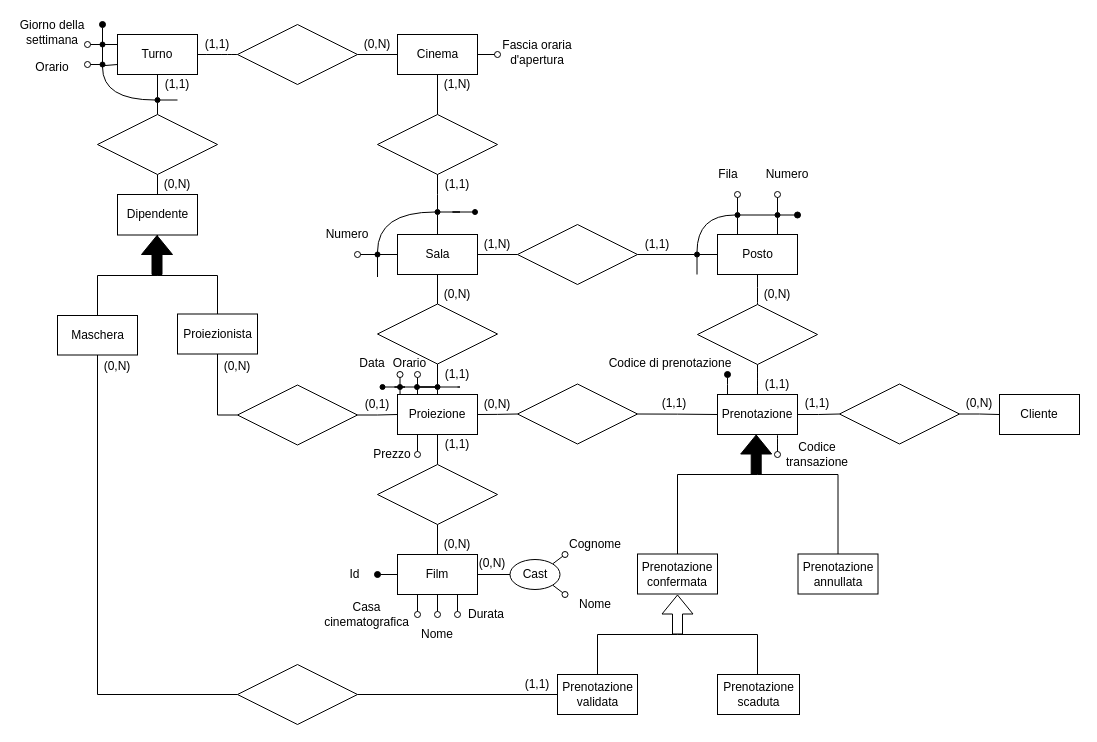
buracchi/cinema-management-system keeps this draw.io diagram as docs/media/er_diagrams/er-diagram_6.drawio. Above is the earlier version. Source tidied: cells renumbered, new cells numbered last; positions are measured from the earlier drawing's top-left corner, leaving out a move shared by most shapes. Both pictures are drawn from the tidied source at 100%, with x=0, y=0 at pixel (17, 22).
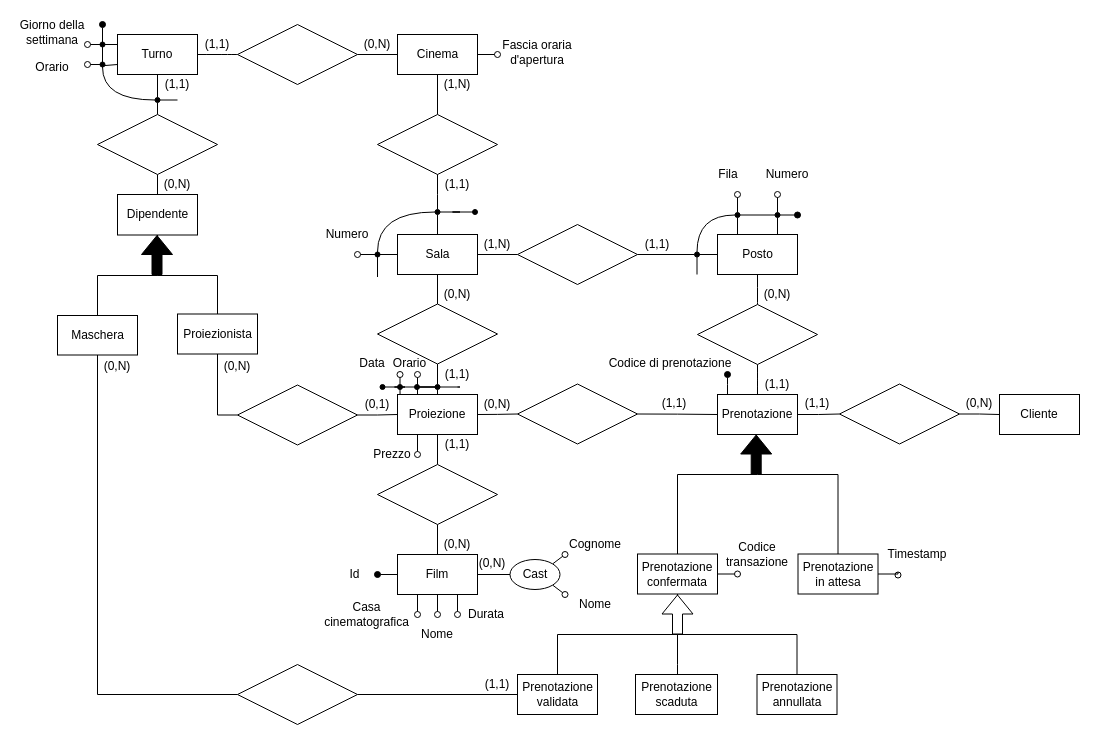
Above is the later version.

Unchanged cells that the change refers to:
```xml
<mxCell id="33" value="Prenotazione" style="whiteSpace=wrap;html=1;sketch=0;" parent="1" vertex="1">
  <mxGeometry x="700" y="372" width="80" height="40" as="geometry" />
</mxCell>
<mxCell id="105" value="Prenotazione&lt;br&gt;confermata" style="whiteSpace=wrap;html=1;sketch=0;" parent="1" vertex="1">
  <mxGeometry x="620" y="531.5" width="80" height="40" as="geometry" />
</mxCell>
```

Diff of the diagram source:
```diff
@@
-    <mxCell id="31" style="edgeStyle=orthogonalEdgeStyle;curved=1;rounded=0;jettySize=auto;html=1;endArrow=oval;endFill=0;exitX=0.75;exitY=1;exitDx=0;exitDy=0;" parent="1" edge="1" source="33">
+    <mxCell id="31" style="edgeStyle=orthogonalEdgeStyle;rounded=0;jettySize=auto;html=1;endArrow=oval;endFill=0;exitX=1;exitY=0.5;exitDx=0;exitDy=0;" parent="1" edge="1" source="105">
       <mxGeometry relative="1" as="geometry">
-        <mxPoint x="760" y="432" as="targetPoint" />
+        <mxPoint x="720" y="552" as="targetPoint" />
       </mxGeometry>
     </mxCell>
@@
     <mxCell id="75" value="Prenotazione&lt;br&gt;validata" style="html=1;sketch=0;" parent="1" vertex="1">
-      <mxGeometry x="540" y="652" width="80" height="40" as="geometry" />
+      <mxGeometry x="500" y="652" width="80" height="40" as="geometry" />
     </mxCell>
     <mxCell id="76" style="edgeStyle=orthogonalEdgeStyle;rounded=0;jettySize=auto;html=1;endArrow=none;endFill=0;" parent="1" edge="1" source="77">
       <mxGeometry relative="1" as="geometry">
         <mxPoint x="660" y="612" as="targetPoint" />
         <Array as="points">
-          <mxPoint x="740" y="612" />
+          <mxPoint x="660" y="642" />
+          <mxPoint x="660" y="642" />
         </Array>
       </mxGeometry>
     </mxCell>
     <mxCell id="77" value="Prenotazione&lt;br&gt;scaduta" style="html=1;sketch=0;" parent="1" vertex="1">
-      <mxGeometry x="700" y="652" width="82" height="40" as="geometry" />
+      <mxGeometry x="618" y="652" width="82" height="40" as="geometry" />
     </mxCell>
-    <mxCell id="78" style="shape=flexArrow;endArrow=classic;html=1;fillColor=#FFFFFF;sketch=0;" parent="1" edge="1">
-      <mxGeometry relative="1" as="geometry">
-        <mxPoint x="660" y="612" as="sourcePoint" />
-        <mxPoint x="660" y="572" as="targetPoint" />
-      </mxGeometry>
-    </mxCell>
@@
     <mxCell id="89" value="(1,1)" style="text;html=1;strokeColor=none;fillColor=none;align=center;verticalAlign=middle;whiteSpace=wrap;sketch=0;" parent="1" vertex="1">
-      <mxGeometry x="500" y="652" width="40" height="20" as="geometry" />
+      <mxGeometry x="460" y="652" width="40" height="20" as="geometry" />
     </mxCell>
@@
+    <mxCell id="154" style="edgeStyle=orthogonalEdgeStyle;rounded=0;jettySize=auto;html=1;endArrow=oval;endFill=0;" parent="1" edge="1" source="107">
+      <mxGeometry relative="1" as="geometry">
+        <mxPoint x="880" y="552" as="targetPoint" />
+      </mxGeometry>
+    </mxCell>
-    <mxCell id="107" value="Prenotazione&lt;br&gt;annullata" style="whiteSpace=wrap;html=1;sketch=0;" parent="1" vertex="1">
+    <mxCell id="107" value="Prenotazione&lt;br&gt;in attesa" style="whiteSpace=wrap;html=1;sketch=0;" parent="1" vertex="1">
       <mxGeometry x="780.5" y="531.5" width="80" height="40" as="geometry" />
     </mxCell>
@@
     <mxCell id="109" style="endArrow=none;html=1;rounded=0;edgeStyle=orthogonalEdgeStyle;exitX=0.5;exitY=0;exitDx=0;exitDy=0;" parent="1" edge="1" source="75">
       <mxGeometry relative="1" as="geometry">
         <mxPoint x="660" y="612" as="targetPoint" />
         <Array as="points">
-          <mxPoint x="580" y="612" />
+          <mxPoint x="540" y="612" />
         </Array>
       </mxGeometry>
     </mxCell>
@@
     <mxCell id="145" value="Codice transazione" style="text;html=1;strokeColor=none;fillColor=none;align=center;verticalAlign=middle;whiteSpace=wrap;sketch=0;" parent="1" vertex="1">
-      <mxGeometry x="770" y="421.5" width="60" height="20" as="geometry" />
+      <mxGeometry x="710" y="521.5" width="60" height="20" as="geometry" />
     </mxCell>
@@
+    <mxCell id="155" style="edgeStyle=orthogonalEdgeStyle;rounded=0;jettySize=auto;html=1;endArrow=none;endFill=0;" parent="1" edge="1" source="156" target="105">
+      <mxGeometry relative="1" as="geometry">
+        <Array as="points">
+          <mxPoint x="780" y="612" />
+          <mxPoint x="660" y="612" />
+        </Array>
+      </mxGeometry>
+    </mxCell>
+    <mxCell id="156" value="Prenotazione&lt;br&gt;annullata" style="whiteSpace=wrap;html=1;sketch=0;" parent="1" vertex="1">
+      <mxGeometry x="739.5" y="652" width="80" height="40" as="geometry" />
+    </mxCell>
+    <mxCell id="78" style="shape=flexArrow;endArrow=classic;html=1;fillColor=#FFFFFF;sketch=0;" parent="1" edge="1">
+      <mxGeometry relative="1" as="geometry">
+        <mxPoint x="660" y="612" as="sourcePoint" />
+        <mxPoint x="660" y="572" as="targetPoint" />
+      </mxGeometry>
+    </mxCell>
+    <mxCell id="157" value="Timestamp" style="text;html=1;strokeColor=none;fillColor=none;align=center;verticalAlign=middle;whiteSpace=wrap;sketch=0;" parent="1" vertex="1">
+      <mxGeometry x="870" y="521.5" width="60" height="20" as="geometry" />
+    </mxCell>
```
